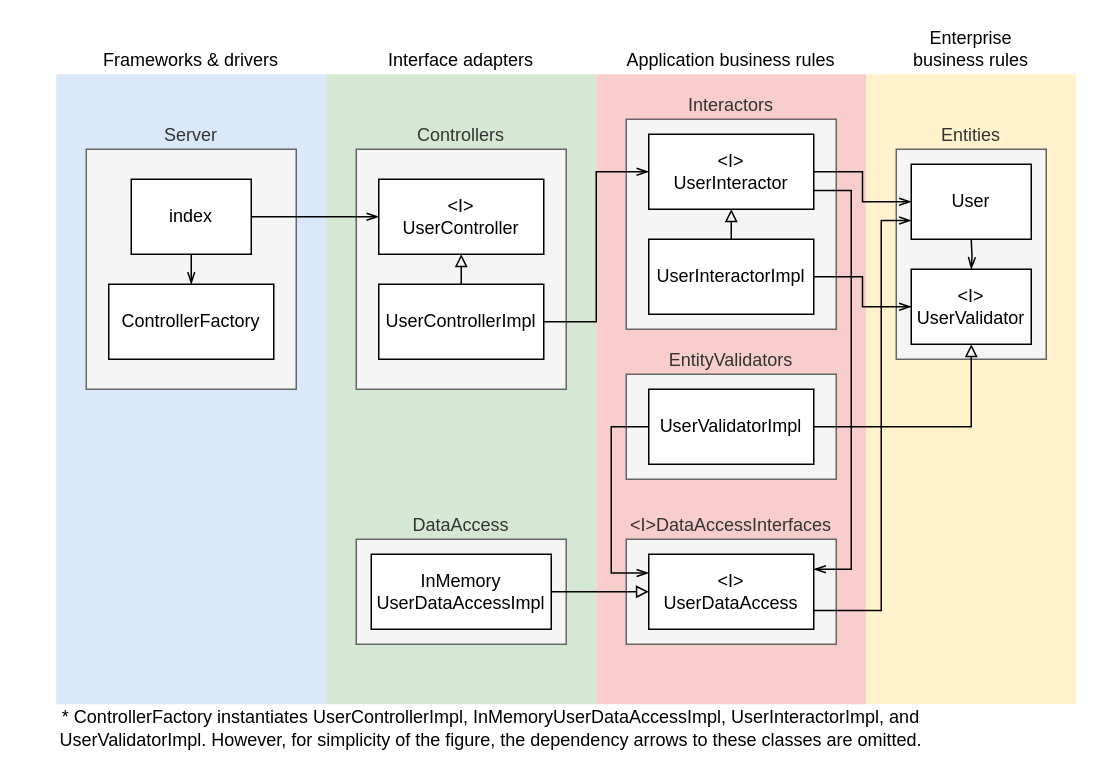
Above: img/components.drawio in nakaakist/clean-architecture-example-typescript (draw.io), before the change. Source tidied: cells renumbered, new cells numbered last; positions are measured from the earlier drawing's top-left corner, leaving out a move shared by most shapes. Both pictures are drawn from the tidied source at 150%, with x=0, y=0 at pixel (26, 74).
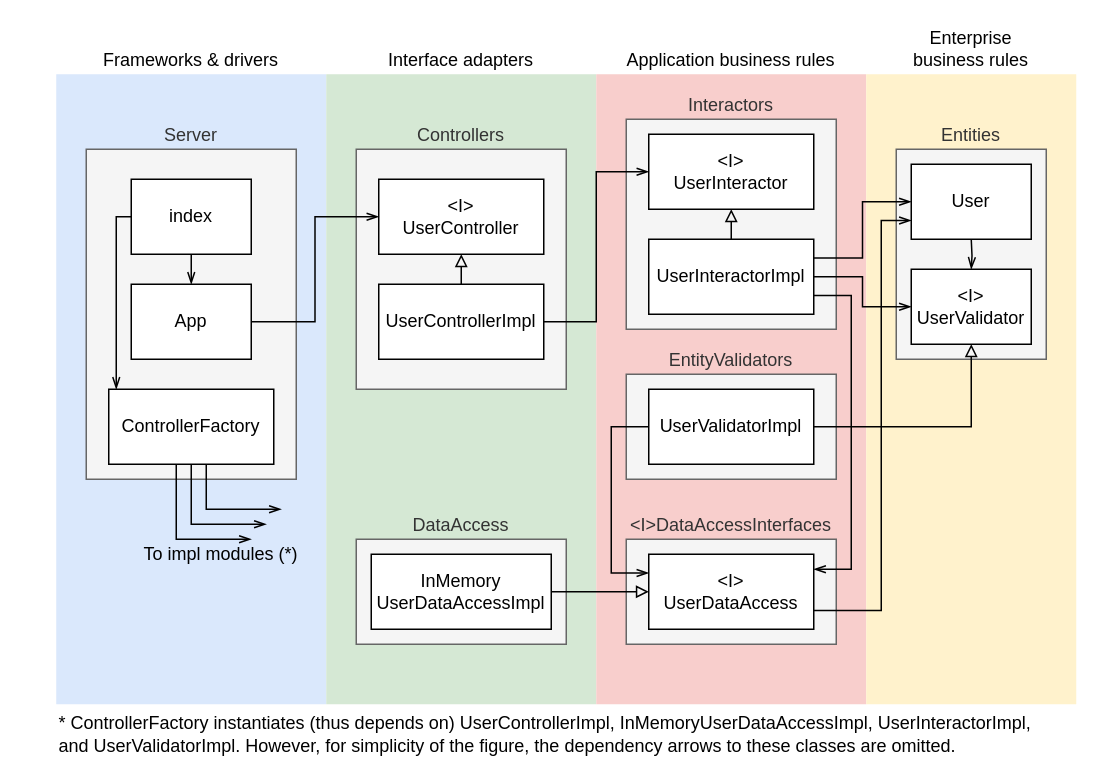
After the change.

The change refers to these unchanged cells:
```xml
<mxCell id="13" value="User" style="rounded=0;whiteSpace=wrap;html=1;" parent="1" vertex="1">
  <mxGeometry x="590" y="60" width="80" height="50" as="geometry" />
</mxCell>
<mxCell id="16" value="&amp;lt;I&amp;gt;&lt;br&gt;UserInteractor" style="rounded=0;whiteSpace=wrap;html=1;" parent="1" vertex="1">
  <mxGeometry x="415" y="40" width="110" height="50" as="geometry" />
</mxCell>
<mxCell id="17" value="&amp;lt;I&amp;gt;&lt;br&gt;UserController" style="rounded=0;whiteSpace=wrap;html=1;" parent="1" vertex="1">
  <mxGeometry x="235" y="70" width="110" height="50" as="geometry" />
</mxCell>
<mxCell id="19" value="UserInteractorImpl" style="rounded=0;whiteSpace=wrap;html=1;" parent="1" vertex="1">
  <mxGeometry x="415" y="110" width="110" height="50" as="geometry" />
</mxCell>
<mxCell id="22" value="index" style="rounded=0;whiteSpace=wrap;html=1;" parent="1" vertex="1">
  <mxGeometry x="70" y="70" width="80" height="50" as="geometry" />
</mxCell>
```

What changed in the source:
```diff
@@
     <mxCell id="6" value="Server" style="rounded=0;whiteSpace=wrap;html=1;fillColor=#f5f5f5;align=center;labelPosition=center;verticalLabelPosition=top;verticalAlign=bottom;strokeColor=#666666;fontColor=#333333;" parent="1" vertex="1">
-      <mxGeometry x="40" y="50" width="140" height="160" as="geometry" />
+      <mxGeometry x="40" y="50" width="140" height="220" as="geometry" />
     </mxCell>
@@
     <mxCell id="23" value="ControllerFactory" style="rounded=0;whiteSpace=wrap;html=1;" parent="1" vertex="1">
-      <mxGeometry x="55" y="140" width="110" height="50" as="geometry" />
+      <mxGeometry x="55" y="210" width="110" height="50" as="geometry" />
     </mxCell>
-    <mxCell id="24" style="endArrow=openThin;html=1;entryX=0;entryY=0.5;entryDx=0;entryDy=0;exitX=1;exitY=0.5;exitDx=0;exitDy=0;edgeStyle=orthogonalEdgeStyle;rounded=0;endFill=0;" parent="1" edge="1" source="16" target="13">
+    <mxCell id="24" style="endArrow=openThin;html=1;entryX=0;entryY=0.5;entryDx=0;entryDy=0;exitX=1;exitY=0.25;exitDx=0;exitDy=0;edgeStyle=orthogonalEdgeStyle;rounded=0;endFill=0;" parent="1" edge="1" source="19" target="13">
       <mxGeometry relative="1" as="geometry" />
     </mxCell>
@@
-    <mxCell id="28" style="endArrow=openThin;html=1;exitX=1;exitY=0.75;exitDx=0;exitDy=0;edgeStyle=orthogonalEdgeStyle;rounded=0;endFill=0;" parent="1" edge="1" source="16">
+    <mxCell id="28" style="endArrow=openThin;html=1;exitX=1;exitY=0.75;exitDx=0;exitDy=0;edgeStyle=orthogonalEdgeStyle;rounded=0;endFill=0;" parent="1" edge="1" source="19">
       <mxGeometry relative="1" as="geometry">
         <mxPoint x="525" y="330" as="targetPoint" />
         <Array as="points">
-          <mxPoint x="550" y="78" />
+          <mxPoint x="550" y="148" />
           <mxPoint x="550" y="330" />
-          <mxPoint x="525" y="330" />
         </Array>
       </mxGeometry>
     </mxCell>
@@
-    <mxCell id="32" style="endArrow=openThin;html=1;exitX=1;exitY=0.5;exitDx=0;exitDy=0;edgeStyle=orthogonalEdgeStyle;rounded=0;endFill=0;entryX=0;entryY=0.5;entryDx=0;entryDy=0;" parent="1" edge="1" source="22" target="17">
+    <mxCell id="32" style="endArrow=openThin;html=1;exitX=1;exitY=0.5;exitDx=0;exitDy=0;edgeStyle=orthogonalEdgeStyle;rounded=0;endFill=0;entryX=0;entryY=0.5;entryDx=0;entryDy=0;" parent="1" edge="1" source="42" target="17">
       <mxGeometry relative="1" as="geometry" />
     </mxCell>
-    <mxCell id="33" style="endArrow=openThin;html=1;exitX=0.5;exitY=1;exitDx=0;exitDy=0;edgeStyle=orthogonalEdgeStyle;rounded=0;endFill=0;entryX=0.5;entryY=0;entryDx=0;entryDy=0;" parent="1" edge="1" source="22" target="23">
-      <mxGeometry relative="1" as="geometry" />
-    </mxCell>
@@
-    <mxCell id="36" value="* ControllerFactory instantiates UserControllerImpl, InMemoryUserDataAccessImpl, UserInteractorImpl, and UserValidatorImpl. However, for simplicity of the figure, the dependency arrows to these classes are omitted." style="text;html=1;strokeColor=none;fillColor=none;align=center;verticalAlign=middle;whiteSpace=wrap;rounded=0;" parent="1" vertex="1">
-      <mxGeometry y="426" width="620" height="20" as="geometry" />
+    <mxCell id="36" value="* ControllerFactory instantiates (thus depends on) UserControllerImpl, InMemoryUserDataAccessImpl, UserInteractorImpl, and UserValidatorImpl. However, for simplicity of the figure, the dependency arrows to these classes are omitted." style="text;html=1;strokeColor=none;fillColor=none;align=left;verticalAlign=middle;whiteSpace=wrap;rounded=0;" parent="1" vertex="1">
+      <mxGeometry x="20" y="430" width="660" height="20" as="geometry" />
     </mxCell>
@@
+    <mxCell id="38" style="endArrow=openThin;html=1;edgeStyle=orthogonalEdgeStyle;rounded=0;endFill=0;" parent="1" edge="1">
+      <mxGeometry relative="1" as="geometry">
+        <mxPoint x="120" y="260" as="sourcePoint" />
+        <mxPoint x="170" y="290" as="targetPoint" />
+        <Array as="points">
+          <mxPoint x="120" y="290" />
+        </Array>
+      </mxGeometry>
+    </mxCell>
+    <mxCell id="39" style="endArrow=openThin;html=1;edgeStyle=orthogonalEdgeStyle;rounded=0;endFill=0;" parent="1" edge="1">
+      <mxGeometry relative="1" as="geometry">
+        <mxPoint x="110" y="260" as="sourcePoint" />
+        <mxPoint x="160" y="300" as="targetPoint" />
+        <Array as="points">
+          <mxPoint x="110" y="300" />
+          <mxPoint x="160" y="300" />
+        </Array>
+      </mxGeometry>
+    </mxCell>
+    <mxCell id="40" style="endArrow=openThin;html=1;edgeStyle=orthogonalEdgeStyle;rounded=0;endFill=0;" parent="1" edge="1">
+      <mxGeometry relative="1" as="geometry">
+        <mxPoint x="100" y="260" as="sourcePoint" />
+        <mxPoint x="150" y="310" as="targetPoint" />
+        <Array as="points">
+          <mxPoint x="100" y="310" />
+        </Array>
+      </mxGeometry>
+    </mxCell>
+    <mxCell id="41" value="To impl modules (*)" style="text;html=1;strokeColor=none;fillColor=none;align=center;verticalAlign=middle;whiteSpace=wrap;rounded=0;" parent="1" vertex="1">
+      <mxGeometry x="70" y="310" width="120" height="20" as="geometry" />
+    </mxCell>
+    <mxCell id="42" value="App" style="rounded=0;whiteSpace=wrap;html=1;" parent="1" vertex="1">
+      <mxGeometry x="70" y="140" width="80" height="50" as="geometry" />
+    </mxCell>
+    <mxCell id="43" style="endArrow=openThin;html=1;exitX=0.5;exitY=1;exitDx=0;exitDy=0;edgeStyle=orthogonalEdgeStyle;rounded=0;endFill=0;entryX=0.5;entryY=0;entryDx=0;entryDy=0;" parent="1" edge="1" source="22" target="42">
+      <mxGeometry relative="1" as="geometry" />
+    </mxCell>
+    <mxCell id="44" style="endArrow=openThin;html=1;exitX=0;exitY=0.5;exitDx=0;exitDy=0;edgeStyle=orthogonalEdgeStyle;rounded=0;endFill=0;" parent="1" edge="1" source="22">
+      <mxGeometry relative="1" as="geometry">
+        <mxPoint x="60" y="210" as="targetPoint" />
+      </mxGeometry>
+    </mxCell>
```
